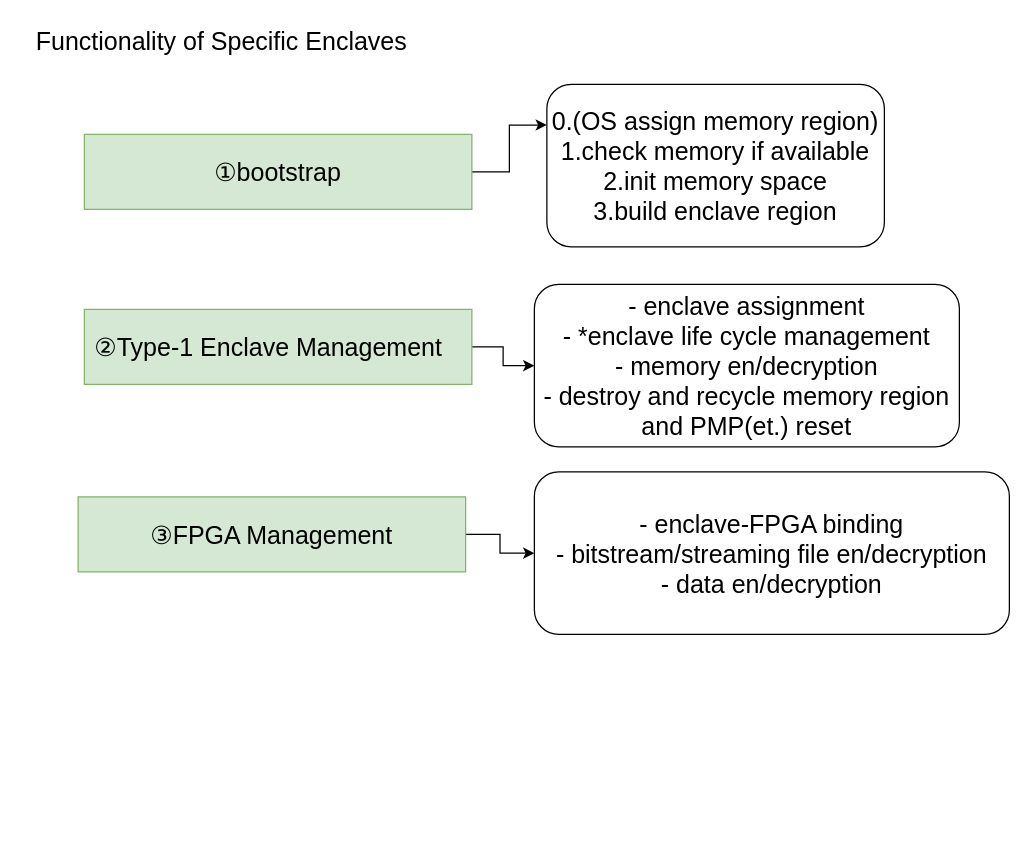
Above: page "RT" (5 of 11) of saber.drawio in Zou1c/tmp (draw.io), before the change. Source tidied: cells renumbered, new cells numbered last; positions are measured from the earlier drawing's top-left corner, leaving out a move shared by most shapes. Both pictures are drawn from the tidied source at 125%, with x=0, y=0 at pixel (21, 21).
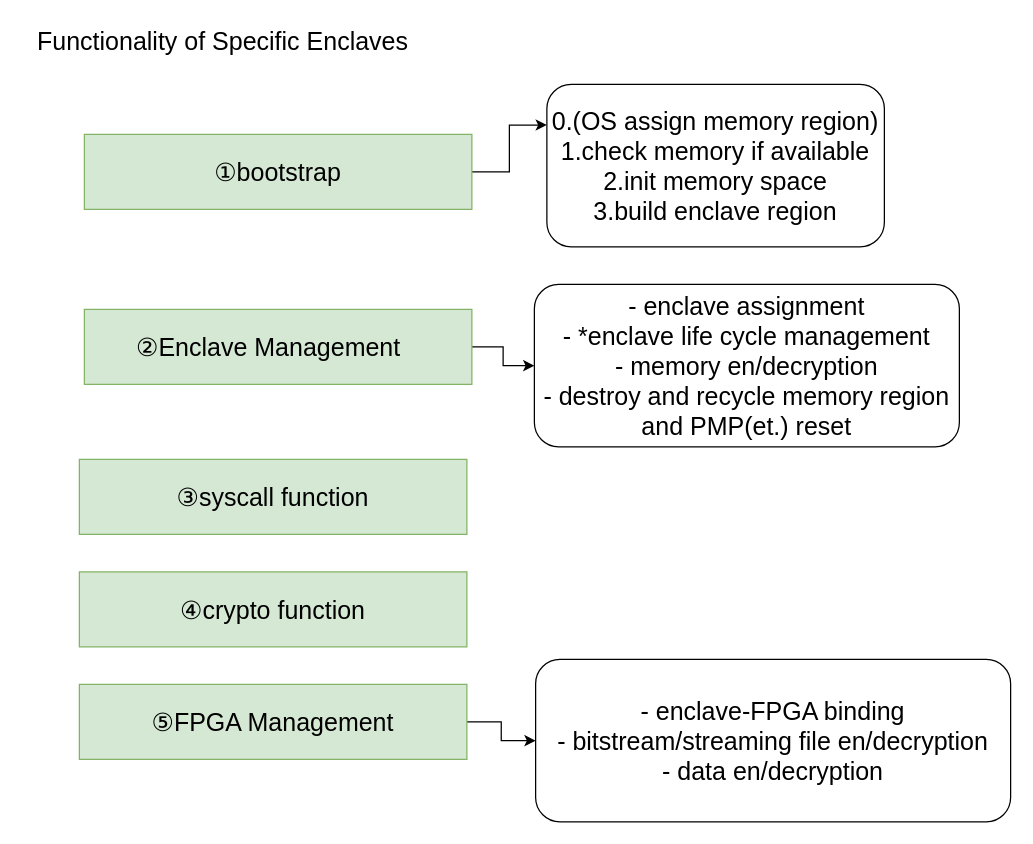
The same page after the edit.

Diff of the diagram source:
```diff
@@
 <mxGraphModel>
   <root>
     <mxCell id="0" />
     <mxCell id="1" parent="0" />
     <mxCell id="2" style="edgeStyle=orthogonalEdgeStyle;rounded=0;jettySize=auto;html=1;exitX=1;exitY=0.5;exitDx=0;exitDy=0;entryX=0;entryY=0.25;entryDx=0;entryDy=0;" parent="1" edge="1" source="3" target="12">
       <mxGeometry relative="1" as="geometry" />
     </mxCell>
     <mxCell id="3" style="rounded=0;whiteSpace=wrap;html=1;fillColor=#d5e8d4;strokeColor=#82b366;" parent="1" vertex="1">
       <mxGeometry x="50" y="90" width="310" height="60" as="geometry" />
     </mxCell>
     <mxCell id="4" value="①bootstrap" style="text;html=1;align=center;verticalAlign=middle;whiteSpace=wrap;rounded=0;fontSize=20;fontStyle=0;" parent="1" vertex="1">
       <mxGeometry x="65" y="105" width="280" height="30" as="geometry" />
     </mxCell>
     <mxCell id="5" value="Functionality of Specific Enclaves" style="text;html=1;align=center;verticalAlign=middle;whiteSpace=wrap;rounded=0;fontSize=20;" parent="1" vertex="1">
-      <mxGeometry width="320" height="30" as="geometry" />
+      <mxGeometry x="1" width="320" height="30" as="geometry" />
     </mxCell>
     <mxCell id="6" style="edgeStyle=orthogonalEdgeStyle;rounded=0;jettySize=auto;html=1;exitX=1;exitY=0.5;exitDx=0;exitDy=0;entryX=0;entryY=0.5;entryDx=0;entryDy=0;" parent="1" edge="1" source="7" target="13">
       <mxGeometry relative="1" as="geometry" />
     </mxCell>
     <mxCell id="7" style="rounded=0;whiteSpace=wrap;html=1;fillColor=#d5e8d4;strokeColor=#82b366;" parent="1" vertex="1">
       <mxGeometry x="50" y="230" width="310" height="60" as="geometry" />
     </mxCell>
-    <mxCell id="8" value="②Type-1 Enclave Management" style="text;html=1;align=center;verticalAlign=middle;whiteSpace=wrap;rounded=0;fontSize=20;" parent="1" vertex="1">
+    <mxCell id="8" value="②Enclave Management" style="text;html=1;align=center;verticalAlign=middle;whiteSpace=wrap;rounded=0;fontSize=20;" parent="1" vertex="1">
       <mxGeometry x="40" y="245" width="315" height="30" as="geometry" />
     </mxCell>
-    <mxCell id="9" style="edgeStyle=orthogonalEdgeStyle;rounded=0;jettySize=auto;html=1;exitX=1;exitY=0.5;exitDx=0;exitDy=0;" parent="1" edge="1" source="10" target="14">
-      <mxGeometry relative="1" as="geometry" />
-    </mxCell>
     <mxCell id="10" style="rounded=0;whiteSpace=wrap;html=1;fillColor=#d5e8d4;strokeColor=#82b366;" parent="1" vertex="1">
-      <mxGeometry x="45" y="380" width="310" height="60" as="geometry" />
+      <mxGeometry x="46" y="350" width="310" height="60" as="geometry" />
     </mxCell>
-    <mxCell id="11" value="③FPGA Management" style="text;html=1;align=center;verticalAlign=middle;whiteSpace=wrap;rounded=0;fontSize=20;" parent="1" vertex="1">
-      <mxGeometry x="60" y="395" width="280" height="30" as="geometry" />
+    <mxCell id="11" value="③syscall function" style="text;html=1;align=center;verticalAlign=middle;whiteSpace=wrap;rounded=0;fontSize=20;" parent="1" vertex="1">
+      <mxGeometry x="61" y="365" width="280" height="30" as="geometry" />
     </mxCell>
     <mxCell id="12" value="0.(OS assign memory region)&lt;div&gt;1.check memory if available&lt;/div&gt;&lt;div&gt;2.init memory space&lt;/div&gt;&lt;div&gt;3.build enclave region&lt;/div&gt;" style="rounded=1;whiteSpace=wrap;html=1;fontSize=20;" parent="1" vertex="1">
       <mxGeometry x="420" y="50" width="270" height="130" as="geometry" />
     </mxCell>
     <mxCell id="13" value="&lt;div&gt;- enclave assignment&lt;/div&gt;&lt;div&gt;- *enclave life cycle management&lt;/div&gt;&lt;div&gt;- memory en/decryption&lt;/div&gt;&lt;div&gt;- destroy and recycle memory region and PMP(et.) reset&lt;/div&gt;" style="rounded=1;whiteSpace=wrap;html=1;fontSize=20;" parent="1" vertex="1">
       <mxGeometry x="410" y="210" width="340" height="130" as="geometry" />
     </mxCell>
+    <mxCell id="15" style="edgeStyle=orthogonalEdgeStyle;rounded=0;jettySize=auto;html=1;exitX=1;exitY=0.5;exitDx=0;exitDy=0;" parent="1" edge="1" source="16" target="14">
+      <mxGeometry relative="1" as="geometry" />
+    </mxCell>
+    <mxCell id="16" style="rounded=0;whiteSpace=wrap;html=1;fillColor=#d5e8d4;strokeColor=#82b366;" parent="1" vertex="1">
+      <mxGeometry x="46" y="530" width="310" height="60" as="geometry" />
+    </mxCell>
+    <mxCell id="17" value="⑤FPGA Management" style="text;html=1;align=center;verticalAlign=middle;whiteSpace=wrap;rounded=0;fontSize=20;" parent="1" vertex="1">
+      <mxGeometry x="61" y="545" width="280" height="30" as="geometry" />
+    </mxCell>
     <mxCell id="14" value="- enclave-FPGA binding&lt;div&gt;- bitstream/streaming file en/decryption&lt;/div&gt;&lt;div&gt;- data&amp;nbsp;&lt;span style=&quot;background-color: transparent; color: light-dark(rgb(0, 0, 0), rgb(255, 255, 255));&quot;&gt;en/decryption&lt;/span&gt;&lt;/div&gt;" style="rounded=1;whiteSpace=wrap;html=1;fontSize=20;" parent="1" vertex="1">
-      <mxGeometry x="410" y="360" width="380" height="130" as="geometry" />
+      <mxGeometry x="411" y="510" width="380" height="130" as="geometry" />
     </mxCell>
+    <mxCell id="18" style="rounded=0;whiteSpace=wrap;html=1;fillColor=#d5e8d4;strokeColor=#82b366;" parent="1" vertex="1">
+      <mxGeometry x="46" y="440" width="310" height="60" as="geometry" />
+    </mxCell>
+    <mxCell id="19" value="④crypto function" style="text;html=1;align=center;verticalAlign=middle;whiteSpace=wrap;rounded=0;fontSize=20;" parent="1" vertex="1">
+      <mxGeometry x="61" y="455" width="280" height="30" as="geometry" />
+    </mxCell>
   </root>
 </mxGraphModel>
```
